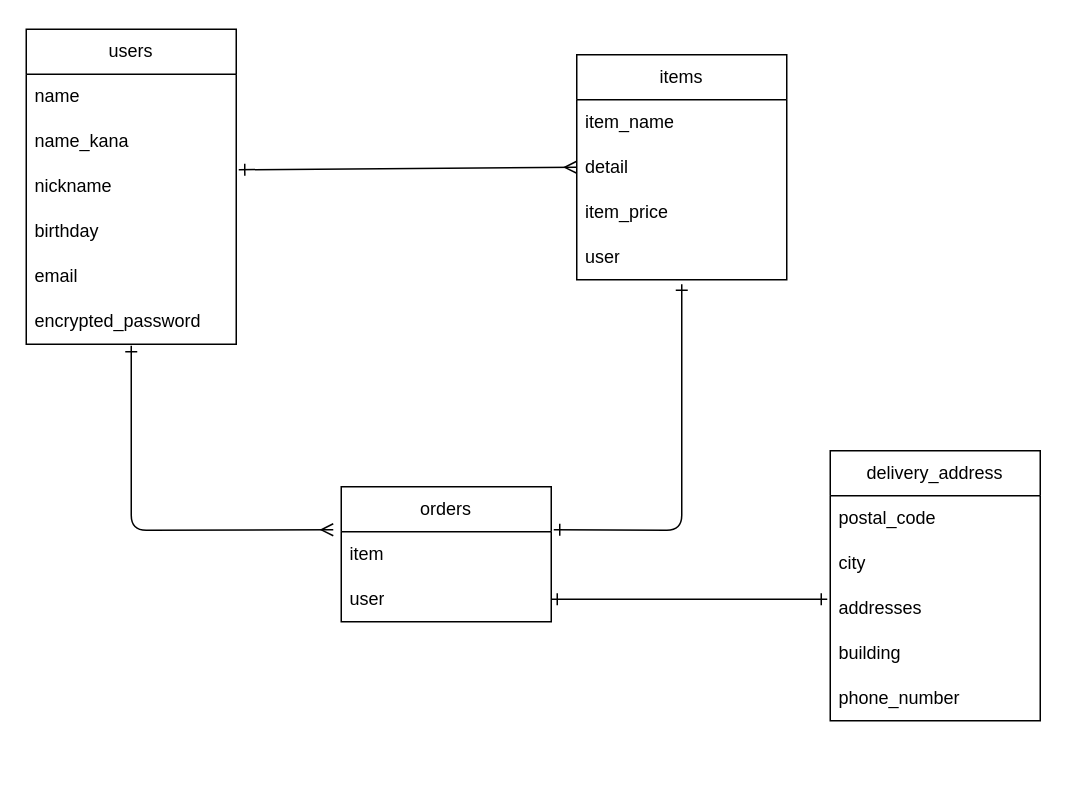
The draw.io diagram page "Page-1" (1 of 2) of furima.dio in MAYUMITAKEDA/furima-38838, before the edit. Source tidied: cells renumbered, new cells numbered last; positions are measured from the earlier drawing's top-left corner, leaving out a move shared by most shapes. Both pictures are drawn from the tidied source at 150%, with x=0, y=0 at pixel (26, 28).
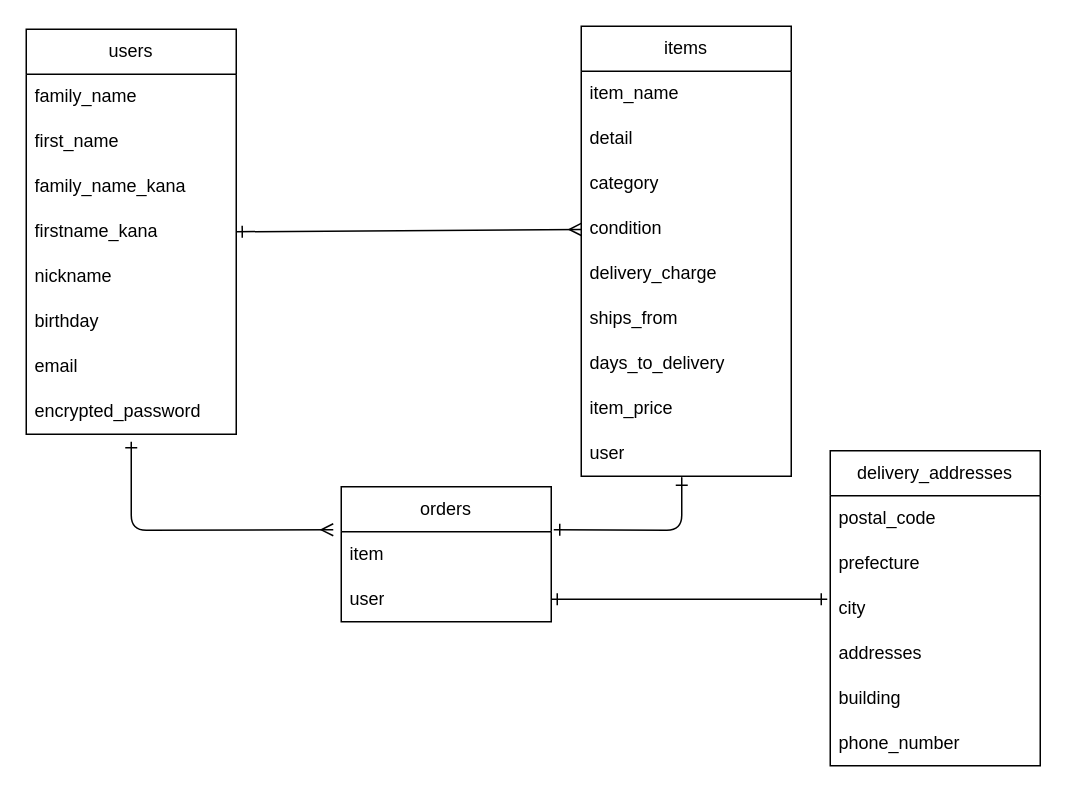
Above is the later version.

Commit message (it also covers changes not shown here):
データベース設計図の修正（カラム追加・型修正）

The change refers to these unchanged cells:
```xml
<mxCell id="12" value="detail" style="text;strokeColor=none;fillColor=none;align=left;verticalAlign=middle;spacingLeft=4;spacingRight=4;overflow=hidden;points=[[0,0.5],[1,0.5]];portConstraint=eastwest;whiteSpace=wrap;html=1;" parent="10" vertex="1">
  <mxGeometry y="60" width="140" height="30" as="geometry" />
</mxCell>
<mxCell id="16" value="item" style="text;strokeColor=none;fillColor=none;align=left;verticalAlign=middle;spacingLeft=4;spacingRight=4;overflow=hidden;points=[[0,0.5],[1,0.5]];portConstraint=eastwest;whiteSpace=wrap;html=1;" parent="15" vertex="1">
  <mxGeometry y="30" width="140" height="30" as="geometry" />
</mxCell>
```

Change to the diagram source:
```diff
@@
     <mxCell id="2" value="users" style="swimlane;fontStyle=0;horizontal=1;startSize=30;whiteSpace=wrap;html=1;" parent="1" vertex="1">
-      <mxGeometry width="140" height="210" as="geometry" />
+      <mxGeometry width="140" height="270" as="geometry" />
     </mxCell>
-    <mxCell id="3" value="name" style="text;strokeColor=none;fillColor=none;align=left;verticalAlign=middle;spacingLeft=4;spacingRight=4;overflow=hidden;whiteSpace=wrap;html=1;" parent="2" vertex="1">
+    <mxCell id="3" value="family_name" style="text;strokeColor=none;fillColor=none;align=left;verticalAlign=middle;spacingLeft=4;spacingRight=4;overflow=hidden;whiteSpace=wrap;html=1;" parent="2" vertex="1">
       <mxGeometry y="30" width="140" height="30" as="geometry" />
     </mxCell>
-    <mxCell id="4" value="name_kana" style="text;strokeColor=none;fillColor=none;align=left;verticalAlign=middle;spacingLeft=4;spacingRight=4;overflow=hidden;whiteSpace=wrap;html=1;" parent="2" vertex="1">
+    <mxCell id="4" value="first_name" style="text;strokeColor=none;fillColor=none;align=left;verticalAlign=middle;spacingLeft=4;spacingRight=4;overflow=hidden;whiteSpace=wrap;html=1;" parent="2" vertex="1">
       <mxGeometry y="60" width="140" height="30" as="geometry" />
     </mxCell>
-    <mxCell id="5" value="nickname" style="text;strokeColor=none;fillColor=none;align=left;verticalAlign=middle;spacingLeft=4;spacingRight=4;overflow=hidden;points=[[0,0.5],[1,0.5]];portConstraint=eastwest;whiteSpace=wrap;html=1;" parent="2" vertex="1">
+    <mxCell id="5" value="family_name_kana" style="text;strokeColor=none;fillColor=none;align=left;verticalAlign=middle;spacingLeft=4;spacingRight=4;overflow=hidden;points=[[0,0.5],[1,0.5]];portConstraint=eastwest;whiteSpace=wrap;html=1;" parent="2" vertex="1">
       <mxGeometry y="90" width="140" height="30" as="geometry" />
     </mxCell>
-    <mxCell id="6" value="birthday" style="text;strokeColor=none;fillColor=none;align=left;verticalAlign=middle;spacingLeft=4;spacingRight=4;overflow=hidden;points=[[0,0.5],[1,0.5]];portConstraint=eastwest;whiteSpace=wrap;html=1;" parent="2" vertex="1">
+    <mxCell id="6" value="firstname_kana" style="text;strokeColor=none;fillColor=none;align=left;verticalAlign=middle;spacingLeft=4;spacingRight=4;overflow=hidden;points=[[0,0.5],[1,0.5]];portConstraint=eastwest;whiteSpace=wrap;html=1;" parent="2" vertex="1">
       <mxGeometry y="120" width="140" height="30" as="geometry" />
     </mxCell>
-    <mxCell id="7" value="email" style="text;strokeColor=none;fillColor=none;align=left;verticalAlign=middle;spacingLeft=4;spacingRight=4;overflow=hidden;whiteSpace=wrap;html=1;" parent="2" vertex="1">
+    <mxCell id="7" value="nickname" style="text;strokeColor=none;fillColor=none;align=left;verticalAlign=middle;spacingLeft=4;spacingRight=4;overflow=hidden;whiteSpace=wrap;html=1;" parent="2" vertex="1">
       <mxGeometry y="150" width="140" height="30" as="geometry" />
     </mxCell>
+    <mxCell id="27" value="birthday" style="text;strokeColor=none;fillColor=none;align=left;verticalAlign=middle;spacingLeft=4;spacingRight=4;overflow=hidden;whiteSpace=wrap;html=1;" parent="2" vertex="1">
+      <mxGeometry y="180" width="140" height="30" as="geometry" />
+    </mxCell>
+    <mxCell id="28" value="email" style="text;strokeColor=none;fillColor=none;align=left;verticalAlign=middle;spacingLeft=4;spacingRight=4;overflow=hidden;whiteSpace=wrap;html=1;" parent="2" vertex="1">
+      <mxGeometry y="210" width="140" height="30" as="geometry" />
+    </mxCell>
     <mxCell id="8" value="encrypted_password" style="text;strokeColor=none;fillColor=none;align=left;verticalAlign=middle;spacingLeft=4;spacingRight=4;overflow=hidden;whiteSpace=wrap;html=1;" parent="2" vertex="1">
-      <mxGeometry y="180" width="140" height="30" as="geometry" />
+      <mxGeometry y="240" width="140" height="30" as="geometry" />
     </mxCell>
-    <mxCell id="9" style="edgeStyle=none;html=1;endArrow=ERmany;endFill=0;strokeWidth=1;startArrow=ERone;startFill=0;entryX=0;entryY=0.5;entryDx=0;entryDy=0;exitX=1.012;exitY=0.122;exitDx=0;exitDy=0;exitPerimeter=0;" parent="1" edge="1" source="5" target="12">
+    <mxCell id="9" style="edgeStyle=none;html=1;endArrow=ERmany;endFill=0;strokeWidth=1;startArrow=ERone;startFill=0;exitX=1;exitY=0.5;exitDx=0;exitDy=0;" parent="1" edge="1" source="6" target="30">
       <mxGeometry relative="1" as="geometry" />
     </mxCell>
     <mxCell id="10" value="items" style="swimlane;fontStyle=0;horizontal=1;startSize=30;whiteSpace=wrap;html=1;" parent="1" vertex="1">
-      <mxGeometry x="367" y="17" width="140" height="150" as="geometry" />
+      <mxGeometry x="370" y="-2" width="140" height="300" as="geometry" />
     </mxCell>
@@
+    <mxCell id="29" value="category" style="text;strokeColor=none;fillColor=none;align=left;verticalAlign=middle;spacingLeft=4;spacingRight=4;overflow=hidden;whiteSpace=wrap;html=1;" parent="10" vertex="1">
+      <mxGeometry y="90" width="140" height="30" as="geometry" />
+    </mxCell>
+    <mxCell id="30" value="condition" style="text;strokeColor=none;fillColor=none;align=left;verticalAlign=middle;spacingLeft=4;spacingRight=4;overflow=hidden;points=[[0,0.5],[1,0.5]];portConstraint=eastwest;whiteSpace=wrap;html=1;" parent="10" vertex="1">
+      <mxGeometry y="120" width="140" height="30" as="geometry" />
+    </mxCell>
+    <mxCell id="31" value="delivery_charge" style="text;strokeColor=none;fillColor=none;align=left;verticalAlign=middle;spacingLeft=4;spacingRight=4;overflow=hidden;whiteSpace=wrap;html=1;" parent="10" vertex="1">
+      <mxGeometry y="150" width="140" height="30" as="geometry" />
+    </mxCell>
+    <mxCell id="32" value="ships_from" style="text;strokeColor=none;fillColor=none;align=left;verticalAlign=middle;spacingLeft=4;spacingRight=4;overflow=hidden;whiteSpace=wrap;html=1;" parent="10" vertex="1">
+      <mxGeometry y="180" width="140" height="30" as="geometry" />
+    </mxCell>
+    <mxCell id="33" value="days_to_delivery" style="text;strokeColor=none;fillColor=none;align=left;verticalAlign=middle;spacingLeft=4;spacingRight=4;overflow=hidden;whiteSpace=wrap;html=1;" parent="10" vertex="1">
+      <mxGeometry y="210" width="140" height="30" as="geometry" />
+    </mxCell>
     <mxCell id="13" value="item_price" style="text;strokeColor=none;fillColor=none;align=left;verticalAlign=middle;spacingLeft=4;spacingRight=4;overflow=hidden;whiteSpace=wrap;html=1;" parent="10" vertex="1">
-      <mxGeometry y="90" width="140" height="30" as="geometry" />
+      <mxGeometry y="240" width="140" height="30" as="geometry" />
     </mxCell>
     <mxCell id="14" value="user" style="text;strokeColor=none;fillColor=none;align=left;verticalAlign=middle;spacingLeft=4;spacingRight=4;overflow=hidden;whiteSpace=wrap;html=1;" parent="10" vertex="1">
-      <mxGeometry y="120" width="140" height="30" as="geometry" />
+      <mxGeometry y="270" width="140" height="30" as="geometry" />
     </mxCell>
@@
     <mxCell id="18" style="edgeStyle=none;html=1;strokeWidth=1;startArrow=ERone;startFill=0;endArrow=ERmany;endFill=0;entryX=-0.038;entryY=-0.044;entryDx=0;entryDy=0;entryPerimeter=0;" parent="1" edge="1" target="16">
       <mxGeometry relative="1" as="geometry">
-        <mxPoint x="70" y="211" as="sourcePoint" />
+        <mxPoint x="70" y="275" as="sourcePoint" />
         <Array as="points">
-          <mxPoint x="70" y="246" />
           <mxPoint x="70" y="334" />
         </Array>
       </mxGeometry>
     </mxCell>
-    <mxCell id="19" value="delivery_address" style="swimlane;fontStyle=0;horizontal=1;startSize=30;whiteSpace=wrap;html=1;" parent="1" vertex="1">
-      <mxGeometry x="536" y="281" width="140" height="180" as="geometry" />
+    <mxCell id="19" value="delivery_addresses" style="swimlane;fontStyle=0;horizontal=1;startSize=30;whiteSpace=wrap;html=1;" parent="1" vertex="1">
+      <mxGeometry x="536" y="281" width="140" height="210" as="geometry" />
     </mxCell>
@@
+    <mxCell id="34" value="prefecture" style="text;strokeColor=none;fillColor=none;align=left;verticalAlign=middle;spacingLeft=4;spacingRight=4;overflow=hidden;whiteSpace=wrap;html=1;" parent="19" vertex="1">
+      <mxGeometry y="60" width="140" height="30" as="geometry" />
+    </mxCell>
     <mxCell id="21" value="city" style="text;strokeColor=none;fillColor=none;align=left;verticalAlign=middle;spacingLeft=4;spacingRight=4;overflow=hidden;whiteSpace=wrap;html=1;" parent="19" vertex="1">
-      <mxGeometry y="60" width="140" height="30" as="geometry" />
+      <mxGeometry y="90" width="140" height="30" as="geometry" />
     </mxCell>
     <mxCell id="22" value="addresses" style="text;strokeColor=none;fillColor=none;align=left;verticalAlign=middle;spacingLeft=4;spacingRight=4;overflow=hidden;whiteSpace=wrap;html=1;" parent="19" vertex="1">
-      <mxGeometry y="90" width="140" height="30" as="geometry" />
+      <mxGeometry y="120" width="140" height="30" as="geometry" />
     </mxCell>
     <mxCell id="23" value="building" style="text;strokeColor=none;fillColor=none;align=left;verticalAlign=middle;spacingLeft=4;spacingRight=4;overflow=hidden;whiteSpace=wrap;html=1;" parent="19" vertex="1">
-      <mxGeometry y="120" width="140" height="30" as="geometry" />
+      <mxGeometry y="150" width="140" height="30" as="geometry" />
     </mxCell>
     <mxCell id="24" value="phone_number" style="text;strokeColor=none;fillColor=none;align=left;verticalAlign=middle;spacingLeft=4;spacingRight=4;overflow=hidden;whiteSpace=wrap;html=1;" parent="19" vertex="1">
-      <mxGeometry y="150" width="140" height="30" as="geometry" />
+      <mxGeometry y="180" width="140" height="30" as="geometry" />
     </mxCell>
@@
     <mxCell id="26" style="edgeStyle=none;html=1;entryX=1.012;entryY=-0.044;entryDx=0;entryDy=0;entryPerimeter=0;strokeWidth=1;startArrow=ERone;startFill=0;endArrow=ERone;endFill=0;" parent="1" edge="1" target="16">
       <mxGeometry relative="1" as="geometry">
-        <mxPoint x="437" y="170" as="sourcePoint" />
+        <mxPoint x="437" y="308" as="sourcePoint" />
         <Array as="points">
+          <mxPoint x="437" y="295" />
           <mxPoint x="437" y="334" />
         </Array>
       </mxGeometry>
     </mxCell>
```
